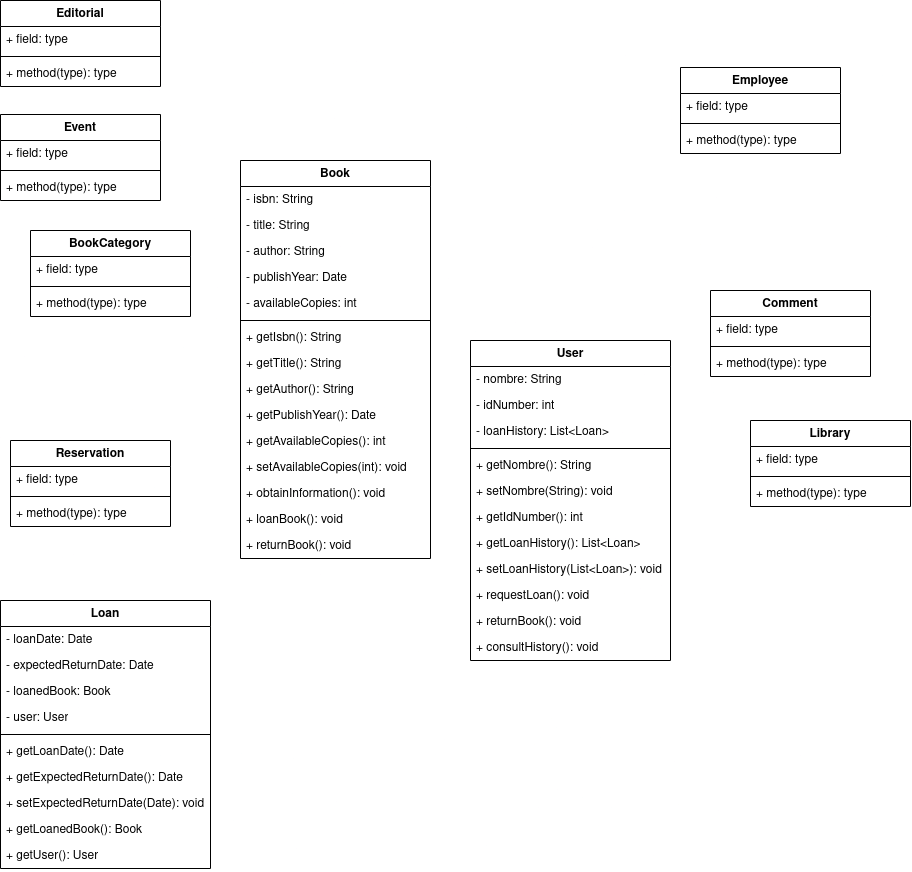
This is proyecto/classdiagram/classdiagramlibrary.png from mackstm/ets, a draw.io export, as it was before one commit. Source tidied: cells renumbered, new cells last; positions are measured from the earlier drawing's top-left corner, leaving out a move shared by most shapes.
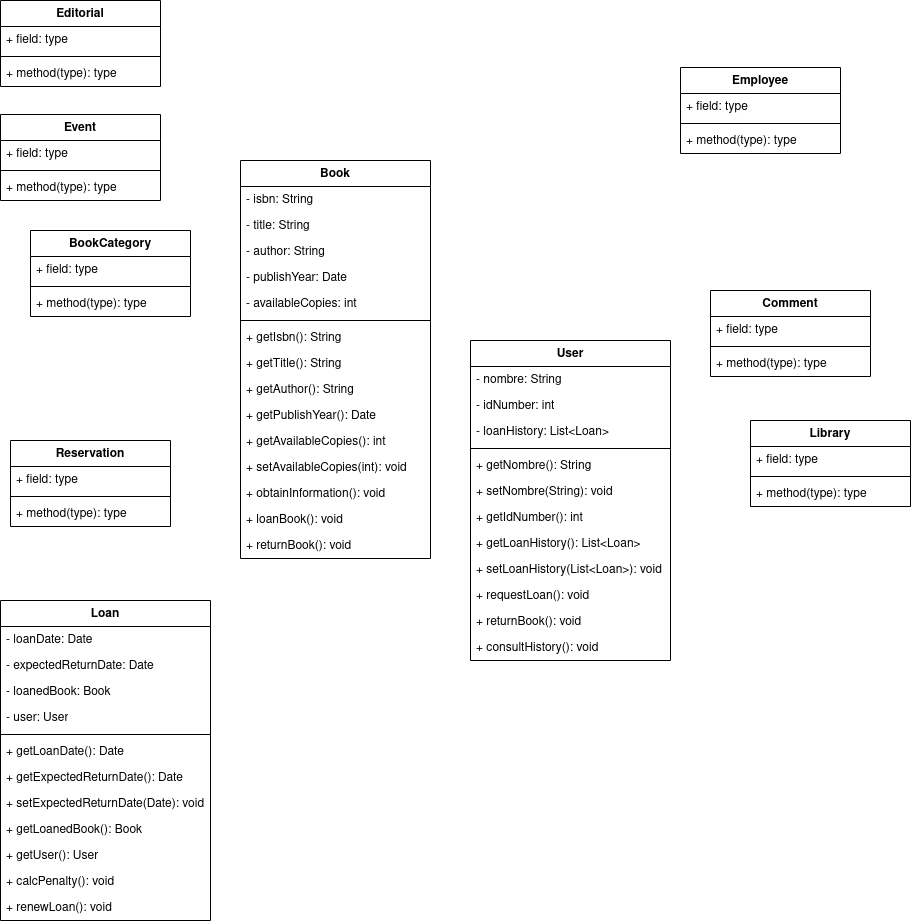
After the change.

Change to the diagram source:
```diff
@@ -150,7 +150,7 @@
       <mxGeometry y="60" width="160" height="26" as="geometry" />
     </mxCell>
     <mxCell id="51" value="Loan" style="swimlane;fontStyle=1;align=center;verticalAlign=top;horizontal=1;startSize=26;whiteSpace=wrap;html=1;" parent="1" vertex="1">
-      <mxGeometry y="600" width="210" height="268" as="geometry" />
+      <mxGeometry y="600" width="210" height="320" as="geometry" />
     </mxCell>
     <mxCell id="52" value="- loanDate: Date" style="text;strokeColor=none;fillColor=none;align=left;verticalAlign=top;spacingLeft=4;spacingRight=4;overflow=hidden;whiteSpace=wrap;html=1;" parent="51" vertex="1">
       <mxGeometry y="26" width="210" height="26" as="geometry" />
@@ -182,6 +182,12 @@
     <mxCell id="61" value="+ getUser(): User" style="text;strokeColor=none;fillColor=none;align=left;verticalAlign=top;spacingLeft=4;spacingRight=4;overflow=hidden;whiteSpace=wrap;html=1;" parent="51" vertex="1">
       <mxGeometry y="242" width="210" height="26" as="geometry" />
     </mxCell>
+    <mxCell id="70" value="+ calcPenalty(): void" style="text;strokeColor=none;fillColor=none;align=left;verticalAlign=top;spacingLeft=4;spacingRight=4;overflow=hidden;whiteSpace=wrap;html=1;" parent="51" vertex="1">
+      <mxGeometry y="268" width="210" height="26" as="geometry" />
+    </mxCell>
+    <mxCell id="71" value="+ renewLoan(): void" style="text;strokeColor=none;fillColor=none;align=left;verticalAlign=top;spacingLeft=4;spacingRight=4;overflow=hidden;whiteSpace=wrap;html=1;" parent="51" vertex="1">
+      <mxGeometry y="294" width="210" height="26" as="geometry" />
+    </mxCell>
     <mxCell id="62" value="Editorial" style="swimlane;fontStyle=1;align=center;verticalAlign=top;horizontal=1;startSize=26;whiteSpace=wrap;html=1;" parent="1" vertex="1">
       <mxGeometry width="160" height="86" as="geometry" />
     </mxCell>
```
